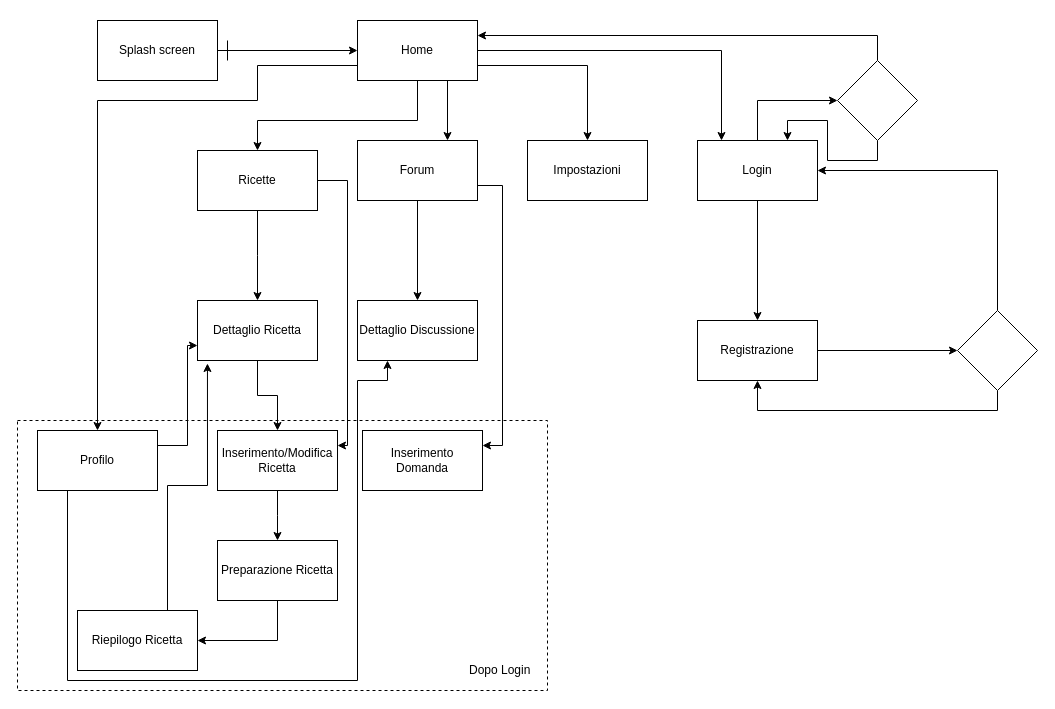
Earlier version of the draw.io diagram Documentazione/Navigation Model.drawio (SimoneG97/ApplicazioniPerDispositiviMobili). Source tidied: cells renumbered, new cells numbered last; positions are measured from the earlier drawing's top-left corner, leaving out a move shared by most shapes. Both pictures are drawn from the tidied source at 100%, with x=0, y=0 at pixel (17, 20).
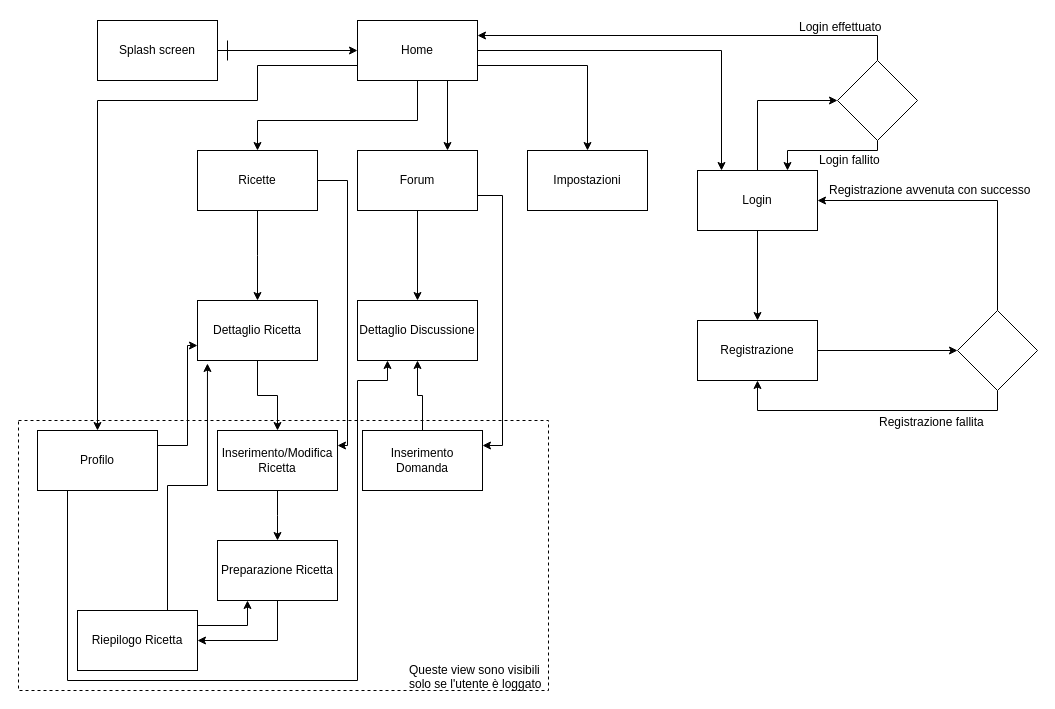
After the change.

The change refers to these unchanged cells:
```xml
<mxCell id="30" style="rhombus;whiteSpace=wrap;html=1;" parent="1" vertex="1">
  <mxGeometry x="820" y="40" width="80" height="80" as="geometry" />
</mxCell>
<mxCell id="33" value="&lt;div&gt;Dettaglio Discussione&lt;/div&gt;" style="rounded=0;whiteSpace=wrap;html=1;" parent="1" vertex="1">
  <mxGeometry x="340" y="280" width="120" height="60" as="geometry" />
</mxCell>
<mxCell id="36" value="Inserimento Domanda" style="rounded=0;whiteSpace=wrap;html=1;" parent="1" vertex="1">
  <mxGeometry x="345" y="410" width="120" height="60" as="geometry" />
</mxCell>
<mxCell id="41" value="Preparazione Ricetta" style="rounded=0;whiteSpace=wrap;html=1;" parent="1" vertex="1">
  <mxGeometry x="200" y="520" width="120" height="60" as="geometry" />
</mxCell>
<mxCell id="43" value="Riepilogo Ricetta" style="rounded=0;whiteSpace=wrap;html=1;" parent="1" vertex="1">
  <mxGeometry x="60" y="590" width="120" height="60" as="geometry" />
</mxCell>
```

Change to the diagram source:
```diff
@@
     <mxCell id="10" value="Login" style="rounded=0;whiteSpace=wrap;html=1;" parent="1" vertex="1">
-      <mxGeometry x="680" y="120" width="120" height="60" as="geometry" />
+      <mxGeometry x="680" y="150" width="120" height="60" as="geometry" />
     </mxCell>
@@
     <mxCell id="13" value="Forum" style="rounded=0;whiteSpace=wrap;html=1;" parent="1" vertex="1">
-      <mxGeometry x="340" y="120" width="120" height="60" as="geometry" />
+      <mxGeometry x="340" y="130" width="120" height="60" as="geometry" />
     </mxCell>
     <mxCell id="14" value="Impostazioni" style="rounded=0;whiteSpace=wrap;html=1;" parent="1" vertex="1">
-      <mxGeometry x="510" y="120" width="120" height="60" as="geometry" />
+      <mxGeometry x="510" y="130" width="120" height="60" as="geometry" />
     </mxCell>
@@
     <mxCell id="29" style="edgeStyle=orthogonalEdgeStyle;rounded=0;jettySize=auto;html=1;exitX=0.5;exitY=1;exitDx=0;exitDy=0;entryX=0.75;entryY=0;entryDx=0;entryDy=0;" parent="1" edge="1" source="30" target="10">
       <mxGeometry relative="1" as="geometry">
         <Array as="points">
-          <mxPoint x="860" y="140" />
-          <mxPoint x="810" y="140" />
-          <mxPoint x="810" y="100" />
-          <mxPoint x="770" y="100" />
+          <mxPoint x="860" y="130" />
+          <mxPoint x="770" y="130" />
         </Array>
       </mxGeometry>
     </mxCell>
@@
+    <mxCell id="44" style="edgeStyle=orthogonalEdgeStyle;rounded=0;jettySize=auto;html=1;exitX=0.5;exitY=0;exitDx=0;exitDy=0;entryX=0.5;entryY=1;entryDx=0;entryDy=0;" parent="1" edge="1" source="36" target="33">
+      <mxGeometry relative="1" as="geometry" />
+    </mxCell>
@@
     <mxCell id="37" style="whiteSpace=wrap;html=1;dashed=1;fillOpacity=0;" parent="1" vertex="1">
-      <mxGeometry y="400" width="530" height="270" as="geometry" />
+      <mxGeometry x="1" y="400" width="530" height="270" as="geometry" />
     </mxCell>
-    <mxCell id="38" value="Dopo Login" style="text;html=1;align=left;verticalAlign=top;spacingTop=-4;" parent="1" vertex="1">
-      <mxGeometry x="450" y="640" width="70" height="20" as="geometry" />
+    <mxCell id="38" value="&lt;div&gt;Queste view sono visibili&lt;/div&gt;&lt;div&gt;solo se l'utente è loggato&lt;/div&gt;" style="text;html=1;align=left;verticalAlign=top;spacingTop=-4;" parent="1" vertex="1">
+      <mxGeometry x="390" y="640" width="140" height="30" as="geometry" />
     </mxCell>
@@
+    <mxCell id="45" style="edgeStyle=orthogonalEdgeStyle;rounded=0;jettySize=auto;html=1;exitX=1;exitY=0.25;exitDx=0;exitDy=0;entryX=0.25;entryY=1;entryDx=0;entryDy=0;" parent="1" edge="1" source="43" target="41">
+      <mxGeometry relative="1" as="geometry" />
+    </mxCell>
@@
+    <mxCell id="46" value="Login fallito" style="text;html=1;align=left;verticalAlign=top;spacingTop=-4;" parent="1" vertex="1">
+      <mxGeometry x="800" y="130" width="70" height="20" as="geometry" />
+    </mxCell>
+    <mxCell id="47" value="Login effettuato" style="text;html=1;align=left;verticalAlign=top;spacingTop=-4;" parent="1" vertex="1">
+      <mxGeometry x="780" y="-3" width="90" height="20" as="geometry" />
+    </mxCell>
+    <mxCell id="48" value="Registrazione fallita" style="text;html=1;align=left;verticalAlign=top;spacingTop=-4;" parent="1" vertex="1">
+      <mxGeometry x="860" y="392" width="120" height="20" as="geometry" />
+    </mxCell>
+    <mxCell id="49" value="Registrazione avvenuta con successo" style="text;html=1;align=left;verticalAlign=top;spacingTop=-4;" parent="1" vertex="1">
+      <mxGeometry x="810" y="160" width="210" height="20" as="geometry" />
+    </mxCell>
```
